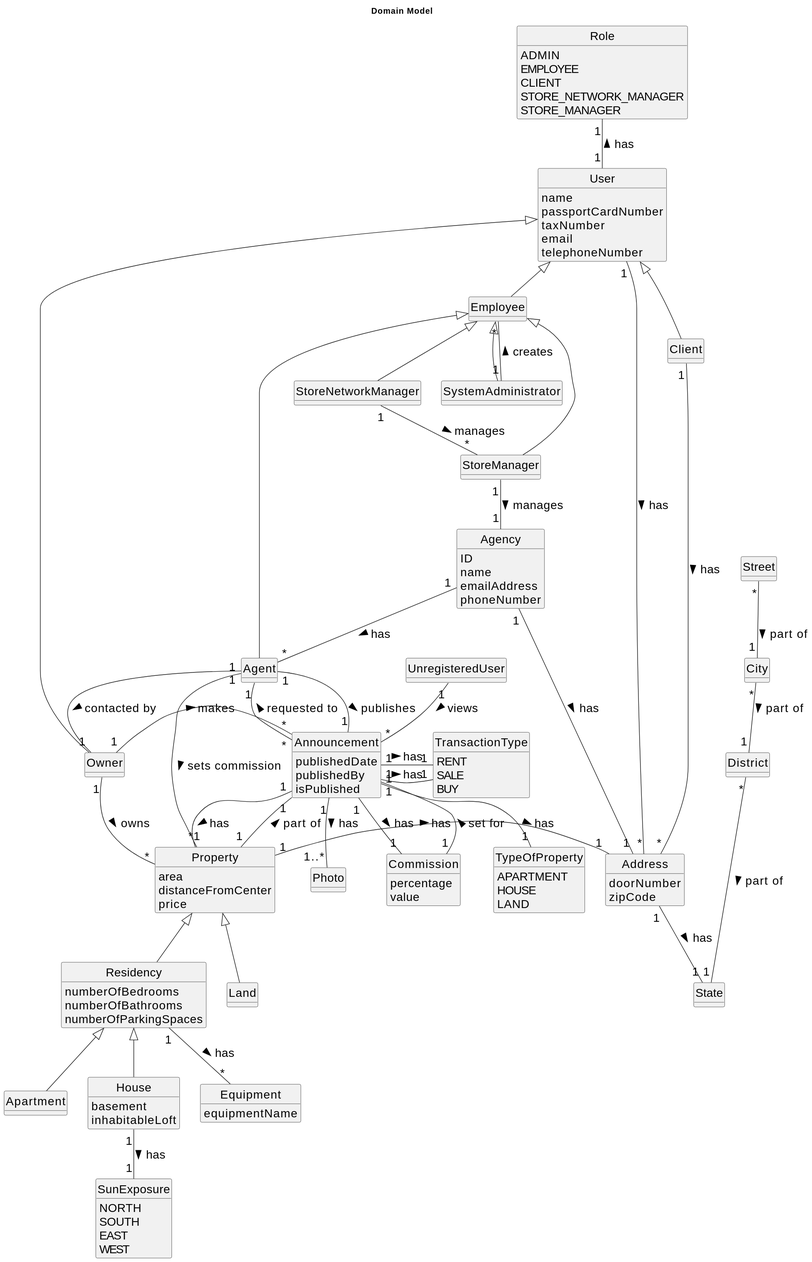
Earlier version of the PlantUML export docs/sprintB/global-artifacts/02.analysis/svg/project-domain-model.svg (Goncalves2525/real-estate-management-system).
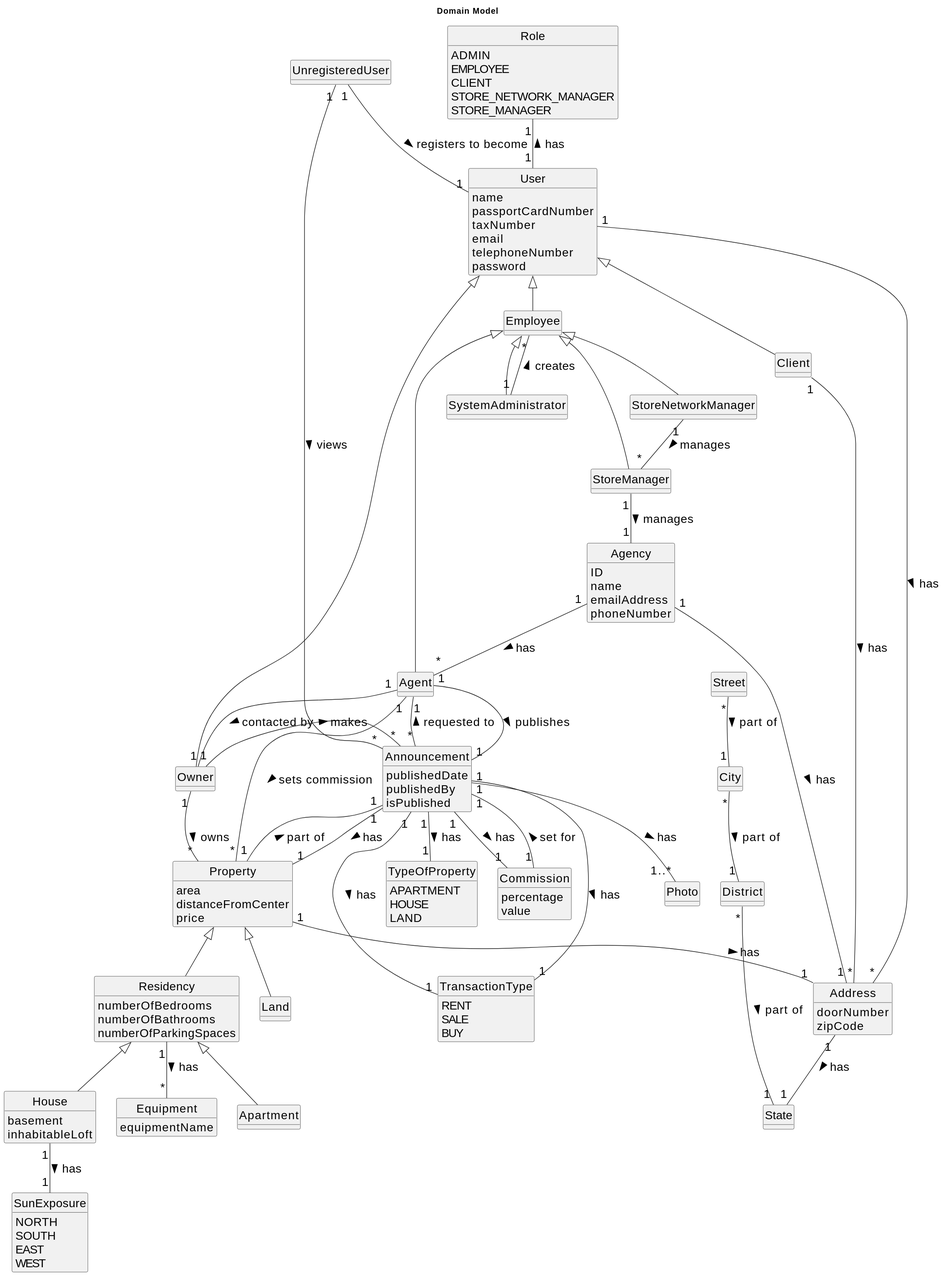
After the change.

Change to the diagram source:
```diff
@@ -27,6 +27,7 @@
     taxNumber
     email
     telephoneNumber
+    password
 }
 
 class Agency{
@@ -135,6 +136,7 @@
 }
 
 
+UnregisteredUser "1" -- "1" User : registers to become >
 Agent "1" -- "1" Announcement: publishes >
 Announcement "1" -- "1" TypeOfProperty: has >
 StoreNetworkManager "1" -- "*" StoreManager: manages >
@@ -147,7 +149,7 @@
 Owner "1" - "*" Announcement: makes >
 Announcement "*" -- "1" Agent: requested to >
 Announcement "1" - "1" Property: has >
-Announcement "1" - "1" TransactionType: has >
+Announcement "1" -- "1" TransactionType: has >
 Address "1" -- "1" State : has >
 City "*" -- "1" District : part of >
 Street "*" -- "1" City : part of >
@@ -158,11 +160,11 @@
 Residency "1" -- "*" Equipment: has >
 Announcement "1" -- "1" Property: part of <
 User "1" -- "*" Address: has >
-Property "1" - "1" Address: has >
+Property "1" -- "1" Address: has >
 Announcement "1" -- "1" Commission : has >
 StoreManager "1" -- "1" Agency: manages >
 House "1" -- "1" SunExposure: has >
-Announcement "1" -- "1" TransactionType: has >
+Announcement "1" --- "1" TransactionType: has >
 Agency "1" -- "1" Address: has >
 UnregisteredUser "1" -- "*" Announcement: views >
 @enduml
```
